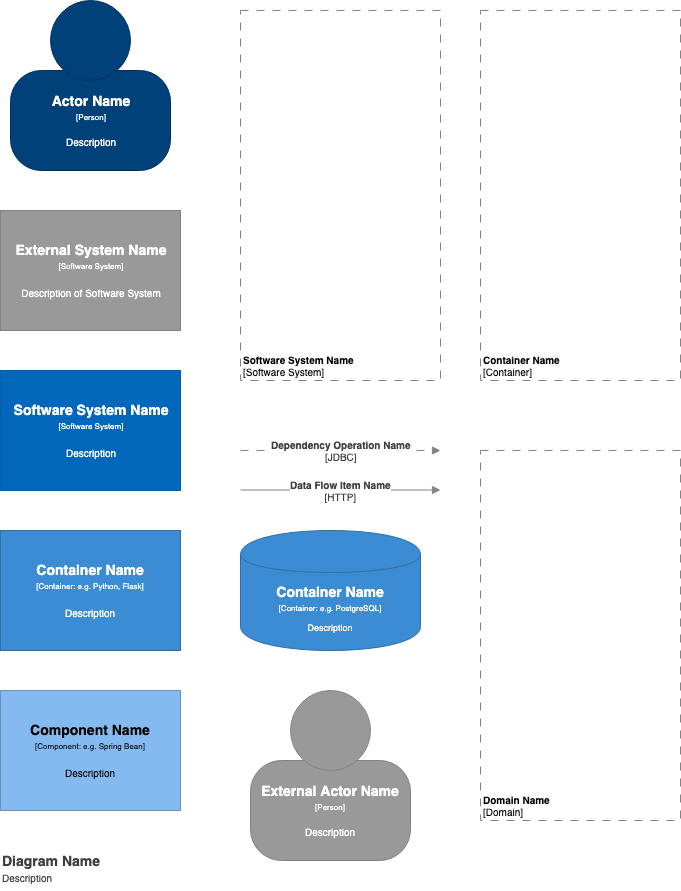
Above: c4.drawio.png in kaminzo/c4-draw.io (draw.io), before the change. Source tidied: cells renumbered, new cells last; positions are measured from the earlier drawing's top-left corner, leaving out a move shared by most shapes.
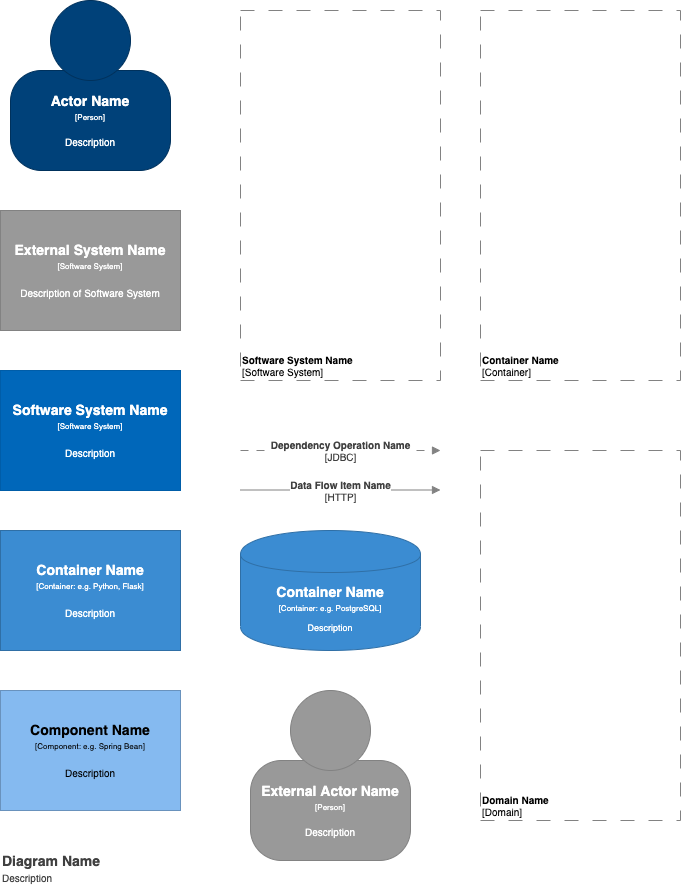
The same diagram one commit later.

Commit message:
adjusted style (dash-pattern) for Software System, Conatiner and Domain

What changed in the source:
```diff
@@ -16,7 +16,7 @@
       <mxGeometry x="40" width="80" height="80" as="geometry" />
     </mxCell>
     <object id="5" label="&lt;font style=&quot;font-size: 10px&quot;&gt;&lt;b&gt;%name%&lt;/b&gt;&lt;br style=&quot;font-size: 10px&quot;&gt;[Software System]&lt;/font&gt;" name="Software System Name" placeholders="1">
-      <mxCell style="rounded=0;whiteSpace=wrap;html=1;strokeColor=#828282;fillColor=none;fontColor=#000000;align=left;labelPosition=center;verticalLabelPosition=middle;verticalAlign=bottom;dashed=1;strokeWidth=1;perimeterSpacing=0;spacing=2;spacingTop=0;fontSize=10;dashPattern=8 8;" parent="1" vertex="1">
+      <mxCell style="rounded=0;whiteSpace=wrap;html=1;strokeColor=#828282;fontColor=#000000;align=left;labelPosition=center;verticalLabelPosition=middle;verticalAlign=bottom;strokeWidth=1;perimeterSpacing=0;spacing=2;spacingTop=0;fontSize=10;fillColor=none;dashed=1;dashPattern=14 14;" parent="1" vertex="1">
         <mxGeometry x="240" y="10" width="200" height="370" as="geometry" />
       </mxCell>
     </object>
@@ -67,12 +67,12 @@
       </mxCell>
     </object>
     <object id="14" label="&lt;font style=&quot;font-size: 10px&quot;&gt;&lt;b&gt;%name%&lt;/b&gt;&lt;br style=&quot;font-size: 10px&quot;&gt;[Container]&lt;/font&gt;" name="Container Name" placeholders="1">
-      <mxCell style="rounded=0;whiteSpace=wrap;html=1;strokeColor=#828282;fillColor=none;fontColor=#000000;align=left;labelPosition=center;verticalLabelPosition=middle;verticalAlign=bottom;dashed=1;strokeWidth=1;perimeterSpacing=0;spacing=2;spacingTop=0;fontSize=10;dashPattern=8 8;" parent="1" vertex="1">
+      <mxCell style="rounded=0;whiteSpace=wrap;html=1;strokeColor=#828282;fillColor=none;fontColor=#000000;align=left;labelPosition=center;verticalLabelPosition=middle;verticalAlign=bottom;dashed=1;strokeWidth=1;perimeterSpacing=0;spacing=2;spacingTop=0;fontSize=10;dashPattern=14 14;" parent="1" vertex="1">
         <mxGeometry x="480" y="10" width="200" height="370" as="geometry" />
       </mxCell>
     </object>
     <object id="15" label="&lt;font style=&quot;font-size: 10px&quot;&gt;&lt;b&gt;%name%&lt;/b&gt;&lt;br style=&quot;font-size: 10px&quot;&gt;[Domain]&lt;/font&gt;" name="Domain Name" placeholders="1">
-      <mxCell style="rounded=0;whiteSpace=wrap;html=1;strokeColor=#828282;fillColor=none;fontColor=#000000;align=left;labelPosition=center;verticalLabelPosition=middle;verticalAlign=bottom;dashed=1;strokeWidth=1;perimeterSpacing=0;spacing=2;spacingTop=0;fontSize=10;dashPattern=8 8;" parent="1" vertex="1">
+      <mxCell style="rounded=0;whiteSpace=wrap;html=1;strokeColor=#828282;fillColor=none;fontColor=#000000;align=left;labelPosition=center;verticalLabelPosition=middle;verticalAlign=bottom;dashed=1;strokeWidth=1;perimeterSpacing=0;spacing=2;spacingTop=0;fontSize=10;dashPattern=14 14;" parent="1" vertex="1">
         <mxGeometry x="480" y="450" width="200" height="370" as="geometry" />
       </mxCell>
     </object>
```
